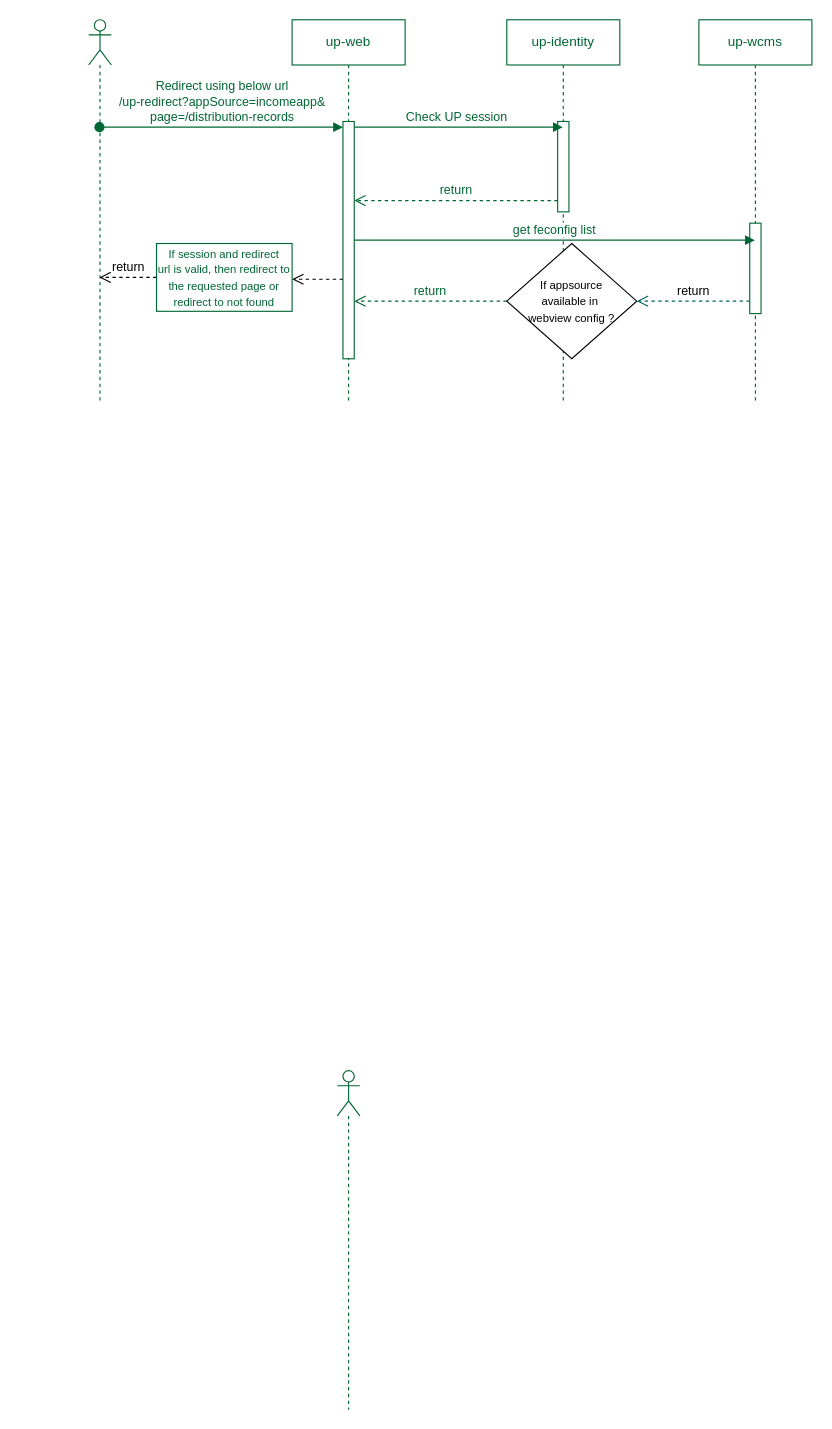
Above: Webview integration.drawio in ajeeshraj56/drawio (draw.io), before the change. Source tidied: cells renumbered, new cells numbered last; positions are measured from the earlier drawing's top-left corner, leaving out a move shared by most shapes. Both pictures are drawn from the tidied source at 113%, with x=0, y=0 at pixel (88, 19).
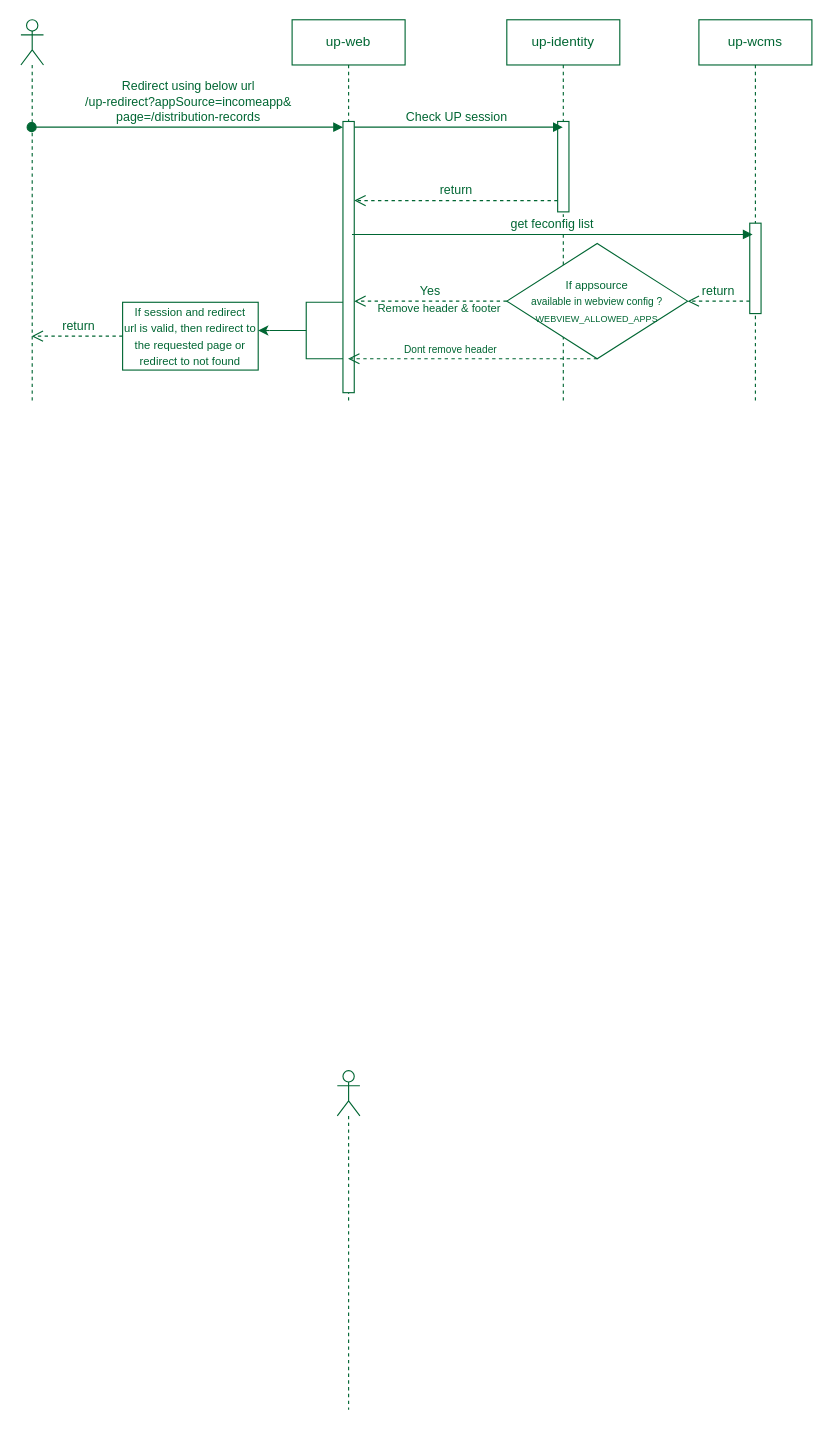
After the change.

The change refers to these unchanged cells:
```xml
<mxCell id="4" value="up-web" style="shape=umlLifeline;perimeter=lifelinePerimeter;whiteSpace=wrap;html=1;outlineConnect=0;portConstraint=eastwest;newEdgeStyle={&quot;curved&quot;:0,&quot;rounded&quot;:0};strokeColor=#006633;fontColor=#006633;" parent="1" vertex="1">
  <mxGeometry x="180" width="100" height="340" as="geometry" />
</mxCell>
<mxCell id="8" value="up-wcms" style="shape=umlLifeline;perimeter=lifelinePerimeter;whiteSpace=wrap;html=1;outlineConnect=0;portConstraint=eastwest;newEdgeStyle={&quot;curved&quot;:0,&quot;rounded&quot;:0};strokeColor=#006633;fontColor=#006633;" parent="1" vertex="1">
  <mxGeometry x="540" width="100" height="340" as="geometry" />
</mxCell>
<mxCell id="9" style="html=1;points=[[0,0,0,0,5],[0,1,0,0,-5],[1,0,0,0,5],[1,1,0,0,-5]];perimeter=orthogonalPerimeter;outlineConnect=0;targetShapes=umlLifeline;portConstraint=eastwest;newEdgeStyle={&quot;curved&quot;:0,&quot;rounded&quot;:0};strokeColor=#006633;fontColor=#006633;" parent="8" vertex="1">
  <mxGeometry x="45" y="180" width="10" height="80" as="geometry" />
</mxCell>
```

The edit, as a diff of the source:
```diff
@@
     <mxCell id="3" style="shape=umlLifeline;perimeter=lifelinePerimeter;whiteSpace=wrap;html=1;outlineConnect=0;portConstraint=eastwest;newEdgeStyle={&quot;curved&quot;:0,&quot;rounded&quot;:0};participant=umlActor;strokeColor=#006633;fontColor=#006633;" parent="1" vertex="1">
-      <mxGeometry width="20" height="340" as="geometry" />
+      <mxGeometry x="-60" width="20" height="340" as="geometry" />
     </mxCell>
@@
     <mxCell id="5" style="html=1;points=[[0,0,0,0,5],[0,1,0,0,-5],[1,0,0,0,5],[1,1,0,0,-5]];perimeter=orthogonalPerimeter;outlineConnect=0;targetShapes=umlLifeline;portConstraint=eastwest;newEdgeStyle={&quot;curved&quot;:0,&quot;rounded&quot;:0};strokeColor=#006633;fontColor=#006633;" parent="4" vertex="1">
-      <mxGeometry x="45" y="90" width="10" height="210" as="geometry" />
+      <mxGeometry x="45" y="90" width="10" height="240" as="geometry" />
     </mxCell>
@@
-    <mxCell id="13" value="return" style="html=1;verticalAlign=bottom;endArrow=open;dashed=1;endSize=8;curved=0;rounded=0;" parent="1" edge="1" source="15">
-      <mxGeometry relative="1" as="geometry">
-        <mxPoint x="9.5" y="228" as="targetPoint" />
-      </mxGeometry>
+    <mxCell id="13" value="return" style="html=1;verticalAlign=bottom;endArrow=open;dashed=1;endSize=8;curved=0;rounded=0;strokeColor=#006633;fontColor=#006633;" parent="1" edge="1" source="15" target="3">
+      <mxGeometry x="-0.02" relative="1" as="geometry" />
     </mxCell>
-    <mxCell id="14" style="html=1;verticalAlign=bottom;endArrow=open;dashed=1;endSize=8;curved=0;rounded=0;" parent="1" edge="1">
-      <mxGeometry relative="1" as="geometry">
-        <mxPoint x="225" y="229.6" as="sourcePoint" />
-        <mxPoint x="180" y="229.6" as="targetPoint" />
-      </mxGeometry>
-    </mxCell>
     <mxCell id="15" value="&lt;font style=&quot;font-size: 10px;&quot;&gt;If session and redirect&lt;br&gt;url is valid, then redirect to the requested page or redirect to not found&lt;/font&gt;" style="rounded=0;whiteSpace=wrap;html=1;fontColor=#006633;strokeColor=#006633;" parent="1" vertex="1">
-      <mxGeometry x="60" y="198" width="120" height="60" as="geometry" />
+      <mxGeometry x="30" y="250" width="120" height="60" as="geometry" />
     </mxCell>
-    <mxCell id="16" value="get feconfig list" style="html=1;verticalAlign=bottom;endArrow=block;curved=0;rounded=0;fontColor=#006633;strokeColor=#006633;" parent="1" edge="1" source="5" target="8">
-      <mxGeometry relative="1" as="geometry" />
+    <mxCell id="16" value="get feconfig list" style="html=1;verticalAlign=bottom;endArrow=block;curved=0;rounded=0;fontColor=#006633;strokeColor=#006633;" parent="1" edge="1">
+      <mxGeometry relative="1" as="geometry">
+        <mxPoint x="233" y="190" as="sourcePoint" />
+        <mxPoint x="587.5" y="190" as="targetPoint" />
+      </mxGeometry>
     </mxCell>
-    <mxCell id="17" value="return" style="html=1;verticalAlign=bottom;endArrow=open;dashed=1;endSize=8;curved=0;rounded=0;strokeColor=#006666;entryX=1;entryY=0.5;entryDx=0;entryDy=0;" parent="1" edge="1" source="9" target="18">
+    <mxCell id="17" value="return" style="html=1;verticalAlign=bottom;endArrow=open;dashed=1;endSize=8;curved=0;rounded=0;strokeColor=#006633;entryX=1;entryY=0.5;entryDx=0;entryDy=0;fontColor=#006633;" parent="1" edge="1" source="9" target="18">
       <mxGeometry relative="1" as="geometry" />
     </mxCell>
-    <mxCell id="18" value="&lt;font style=&quot;font-size: 10px;&quot;&gt;If appsource&lt;br&gt;available in&amp;nbsp;&lt;br&gt;webview config ?&lt;/font&gt;" style="rhombus;whiteSpace=wrap;html=1;" parent="1" vertex="1">
-      <mxGeometry x="370" y="198" width="115" height="102" as="geometry" />
+    <mxCell id="18" value="&lt;font style=&quot;&quot;&gt;&lt;font size=&quot;1&quot;&gt;If appsource&lt;/font&gt;&lt;br&gt;&lt;span style=&quot;font-size: 9px;&quot;&gt;available in&amp;nbsp;webview config ?&lt;/span&gt;&lt;br&gt;&lt;font style=&quot;font-size: 8px;&quot;&gt;WEBVIEW_ALLOWED_APPS&lt;/font&gt;&lt;br&gt;&lt;/font&gt;" style="rhombus;whiteSpace=wrap;html=1;strokeColor=#006633;fontColor=#006633;" parent="1" vertex="1">
+      <mxGeometry x="370" y="198" width="160" height="102" as="geometry" />
     </mxCell>
-    <mxCell id="19" value="return" style="html=1;verticalAlign=bottom;endArrow=open;dashed=1;endSize=8;curved=0;rounded=0;fontColor=#006633;strokeColor=#006633;exitX=0;exitY=0.5;exitDx=0;exitDy=0;" parent="1" edge="1" source="18" target="5">
+    <mxCell id="19" value="Yes" style="html=1;verticalAlign=bottom;endArrow=open;dashed=1;endSize=8;curved=0;rounded=0;fontColor=#006633;strokeColor=#006633;exitX=0;exitY=0.5;exitDx=0;exitDy=0;" parent="1" edge="1" source="18" target="5">
       <mxGeometry relative="1" as="geometry" />
     </mxCell>
+    <mxCell id="20" value="Remove header &amp;amp; footer" style="text;align=center;verticalAlign=middle;strokeColor=none;fillColor=none;fontColor=#006633;html=1;fontSize=10;" parent="1" vertex="1">
+      <mxGeometry x="245" y="240" width="130" height="30" as="geometry" />
+    </mxCell>
+    <mxCell id="21" value="&lt;font style=&quot;font-size: 9px;&quot;&gt;Dont remove header&lt;/font&gt;" style="html=1;verticalAlign=bottom;endArrow=open;dashed=1;endSize=8;curved=0;rounded=0;exitX=0.5;exitY=1;exitDx=0;exitDy=0;strokeColor=#006633;fontColor=#006633;" parent="1" edge="1" source="18" target="4">
+      <mxGeometry x="0.18" relative="1" as="geometry" />
+    </mxCell>
+    <mxCell id="22" style="edgeStyle=orthogonalEdgeStyle;rounded=0;jettySize=auto;html=1;exitX=0;exitY=0.5;exitDx=0;exitDy=0;exitPerimeter=0;strokeColor=#006633;fontColor=#006633;" parent="1" edge="1" source="23">
+      <mxGeometry relative="1" as="geometry">
+        <mxPoint x="150" y="275" as="targetPoint" />
+      </mxGeometry>
+    </mxCell>
+    <mxCell id="23" style="strokeWidth=1;html=1;shape=mxgraph.flowchart.annotation_2;align=left;labelPosition=right;strokeColor=#006633;fontColor=#006633;" parent="1" vertex="1">
+      <mxGeometry x="160" y="250" width="65" height="50" as="geometry" />
+    </mxCell>
```
